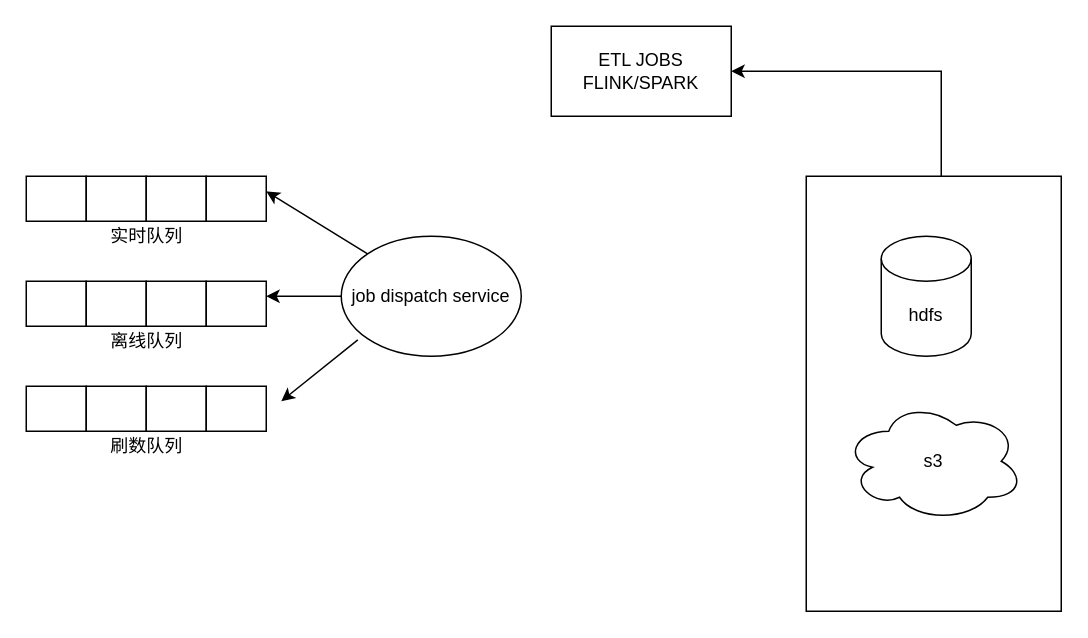
Above: doc/diagram.drawio in GoGoWen/JD-Bowen-incubator-doris (draw.io), before the change. Source tidied: cells renumbered, new cells numbered last; positions are measured from the earlier drawing's top-left corner, leaving out a move shared by most shapes. Both pictures are drawn from the tidied source at 150%, with x=0, y=0 at pixel (26, 26).
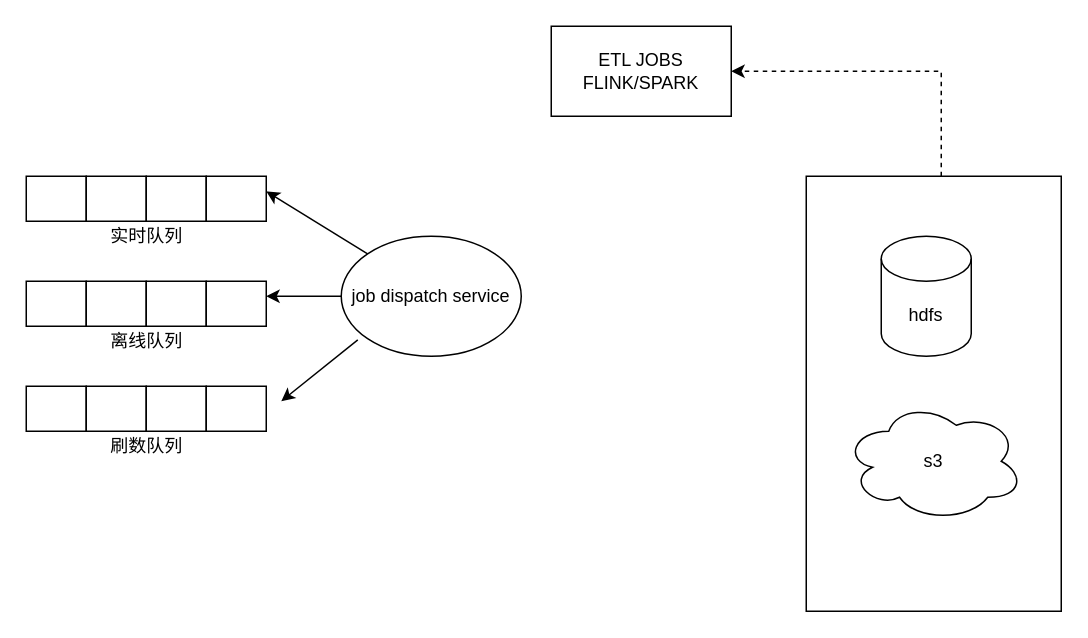
The same page after the edit.

The change refers to these unchanged cells:
```xml
<mxCell id="27" value="ETL JOBS&lt;br&gt;FLINK/SPARK" style="rounded=0;whiteSpace=wrap;html=1;" parent="1" vertex="1">
  <mxGeometry x="350" width="120" height="60" as="geometry" />
</mxCell>
```

Diff of the diagram source:
```diff
@@
-    <mxCell id="31" style="endArrow=classic;html=1;rounded=0;edgeStyle=orthogonalEdgeStyle;entryX=1;entryY=0.5;entryDx=0;entryDy=0;" parent="1" edge="1" target="27">
+    <mxCell id="31" style="endArrow=classic;html=1;rounded=0;edgeStyle=orthogonalEdgeStyle;entryX=1;entryY=0.5;entryDx=0;entryDy=0;fixDash=0;dashed=1;" parent="1" edge="1" target="27">
       <mxGeometry relative="1" as="geometry">
         <mxPoint x="610" y="100" as="sourcePoint" />
         <Array as="points">
           <mxPoint x="610" y="30" />
         </Array>
       </mxGeometry>
     </mxCell>
```
